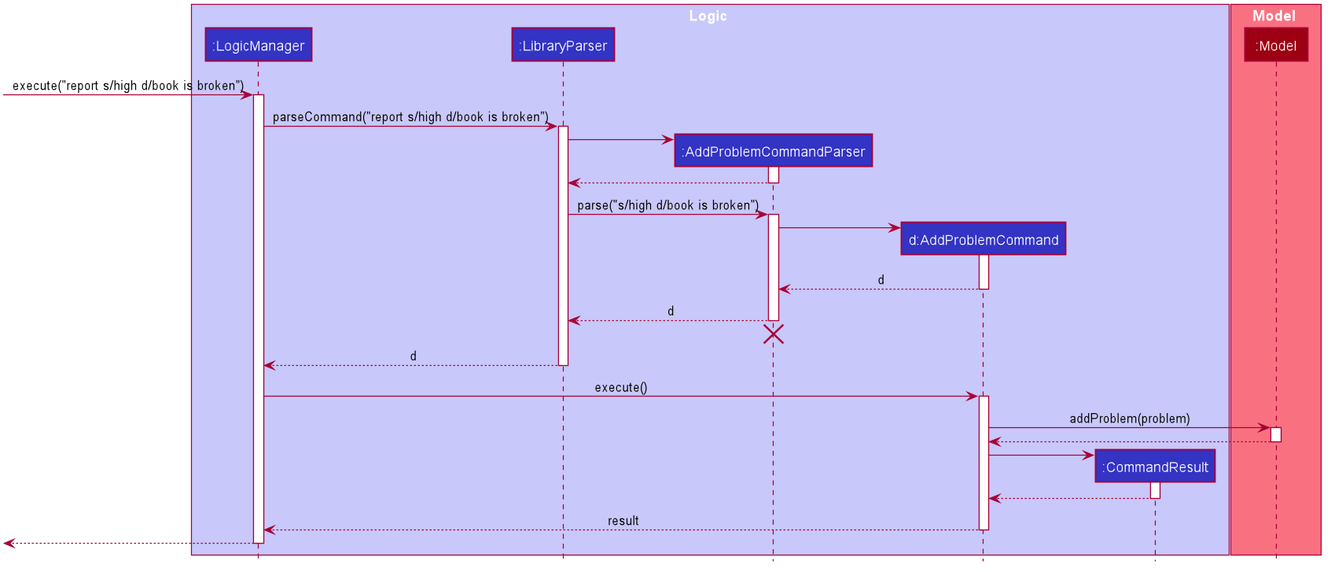
Before: docs/images/AddProblemSequenceDiagram.png, a diagram exported from PlantUML (richardcom/tp).
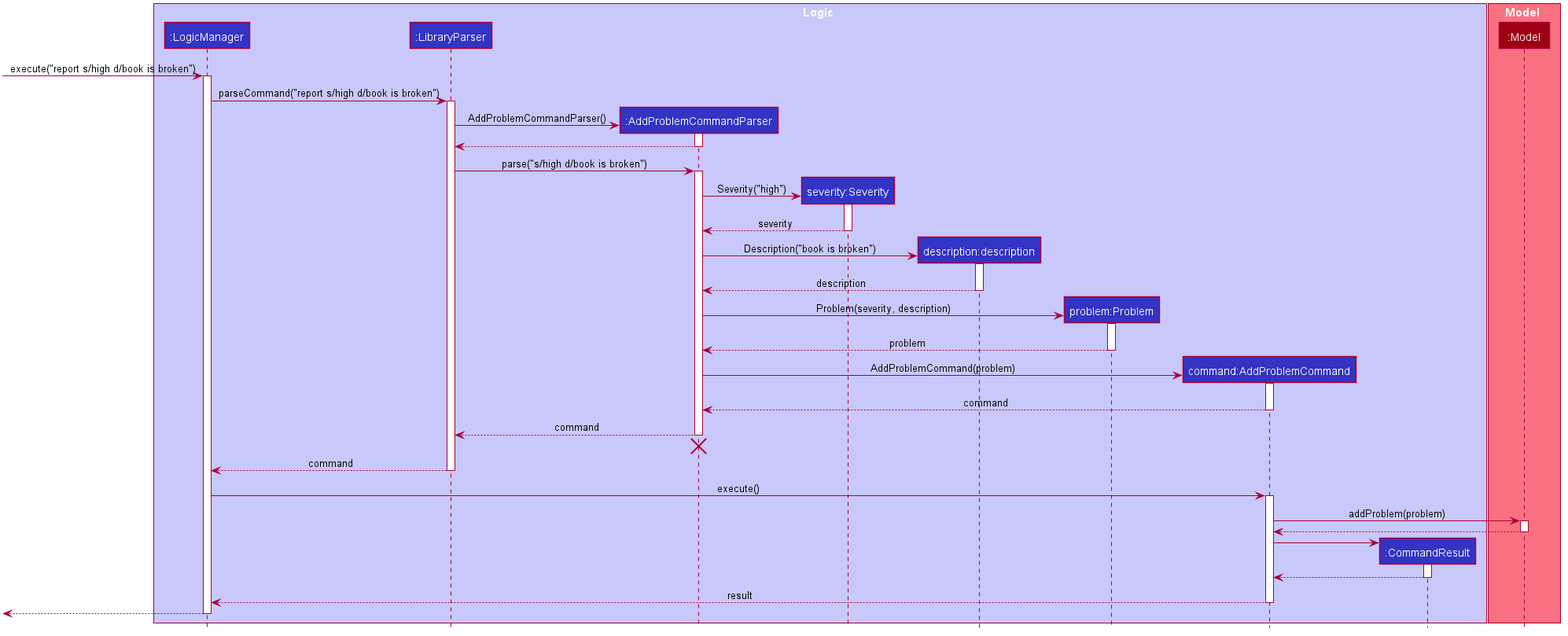
Later version of the same file.

Commit message:
modify ReportProblem sequence diagram

The edit, as a diff of the source:
```diff
@@ -52,7 +52,10 @@
 participant ":LogicManager" as LogicManager #3333C4
 participant ":LibraryParser" as LibraryParser #3333C4
 participant ":AddProblemCommandParser" as AddProblemCommandParser #3333C4
-participant "d:AddProblemCommand" as AddProblemCommand #3333C4
+participant "severity:Severity" as Severity #3333C4
+participant "description:description" as Description #3333C4
+participant "problem:Problem" as Problem #3333C4
+participant "command:AddProblemCommand" as AddProblemCommand #3333C4
 participant ":CommandResult" as CommandResult #3333C4
 end box
 
@@ -67,7 +70,7 @@
 activate LibraryParser
 
 create AddProblemCommandParser
-LibraryParser -> AddProblemCommandParser
+LibraryParser -> AddProblemCommandParser : AddProblemCommandParser()
 activate AddProblemCommandParser
 
 AddProblemCommandParser --> LibraryParser
@@ -76,19 +79,40 @@
 LibraryParser -> AddProblemCommandParser : parse("s/high d/book is broken")
 activate AddProblemCommandParser
 
+create Severity
+AddProblemCommandParser -> Severity : Severity("high")
+activate Severity
+
+Severity --> AddProblemCommandParser : severity
+deactivate Severity
+
+create Description
+AddProblemCommandParser -> Description : Description("book is broken")
+activate Description
+
+Description --> AddProblemCommandParser : description
+deactivate Description
+
+create Problem
+AddProblemCommandParser -> Problem : Problem(severity, description)
+activate Problem
+
+Problem --> AddProblemCommandParser : problem
+deactivate Problem
+
 create AddProblemCommand
-AddProblemCommandParser -> AddProblemCommand
+AddProblemCommandParser -> AddProblemCommand : AddProblemCommand(problem)
 activate AddProblemCommand
 
-AddProblemCommand --> AddProblemCommandParser : d
+AddProblemCommand --> AddProblemCommandParser : command
 deactivate AddProblemCommand
 
-AddProblemCommandParser --> LibraryParser : d
+AddProblemCommandParser --> LibraryParser : command
 deactivate AddProblemCommandParser
 AddProblemCommandParser -[hidden]-> LibraryParser
 destroy AddProblemCommandParser
 
-LibraryParser --> LogicManager : d
+LibraryParser --> LogicManager : command
 deactivate LibraryParser
 
 LogicManager -> AddProblemCommand : execute()
```
